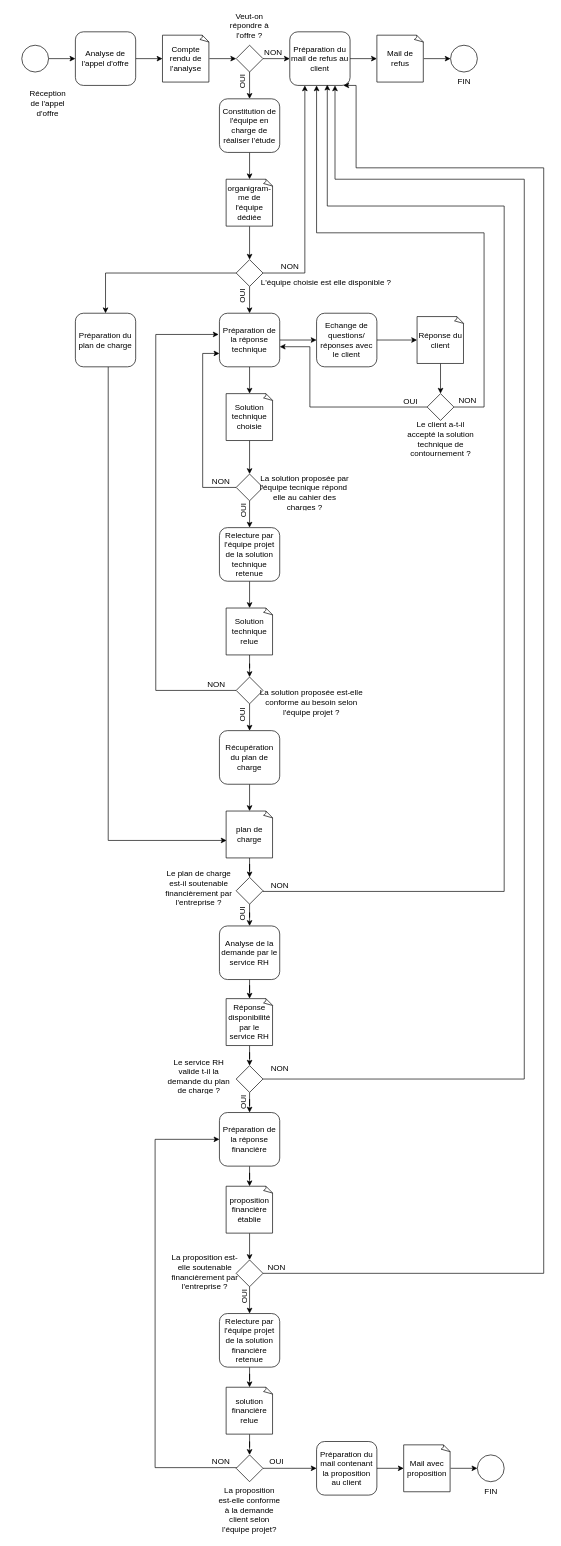
MrRobotInThePlace/chatbotNodejsDialogflow keeps this draw.io diagram as Sécurisation site internet.drawio. Above is the earlier version. Source tidied: cells renumbered, new cells numbered last; positions are measured from the earlier drawing's top-left corner, leaving out a move shared by most shapes. Both pictures are drawn from the tidied source at 67%, with x=0, y=0 at pixel (21, 18).
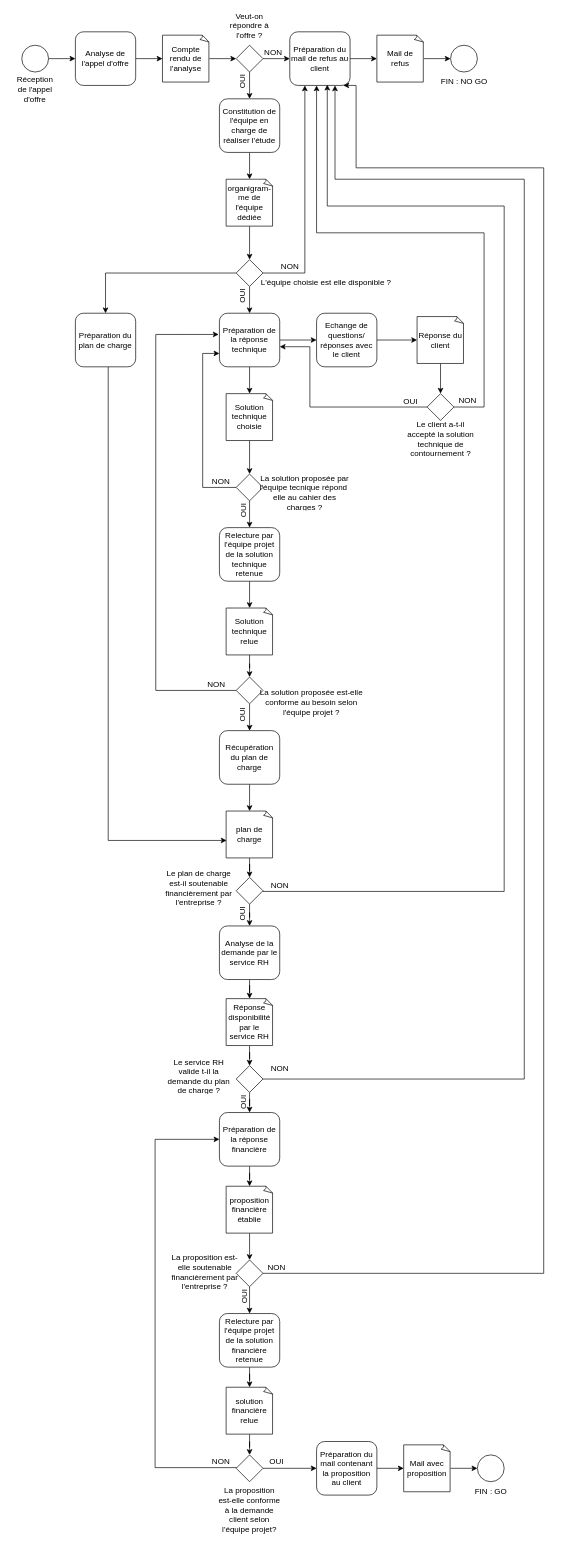
After the change.

Commit message (it also covers changes not shown here):
Mettre à jour Sécurisation site internet.drawio

The edit, as a diff of the source:
```diff
@@
     <mxCell id="10" value="&lt;p&gt;Réception de l'appel d'offre&lt;br&gt;&lt;/p&gt;" style="text;html=1;strokeColor=none;fillColor=none;spacing=5;spacingTop=-20;whiteSpace=wrap;overflow=hidden;rounded=0;align=center;" parent="1" vertex="1">
-      <mxGeometry x="4" y="104" width="70" height="50" as="geometry" />
+      <mxGeometry x="-15" y="83" width="70" height="50" as="geometry" />
     </mxCell>
@@
-    <mxCell id="15" value="FIN" style="text;html=1;align=center;verticalAlign=middle;strokeColor=none;fillColor=none;" parent="1" vertex="1">
-      <mxGeometry x="640" y="80" width="40" height="30" as="geometry" />
+    <mxCell id="15" value="FIN : NO GO" style="text;html=1;align=center;verticalAlign=middle;strokeColor=none;fillColor=none;" parent="1" vertex="1">
+      <mxGeometry x="615" y="80" width="90" height="30" as="geometry" />
     </mxCell>
@@
-    <mxCell id="73" value="FIN" style="text;html=1;align=center;verticalAlign=middle;strokeColor=none;fillColor=none;" parent="1" vertex="1">
-      <mxGeometry x="680" y="2184" width="40" height="30" as="geometry" />
+    <mxCell id="73" value="FIN : GO" style="text;html=1;align=center;verticalAlign=middle;strokeColor=none;fillColor=none;" parent="1" vertex="1">
+      <mxGeometry x="665" y="2184" width="70" height="30" as="geometry" />
     </mxCell>
```
